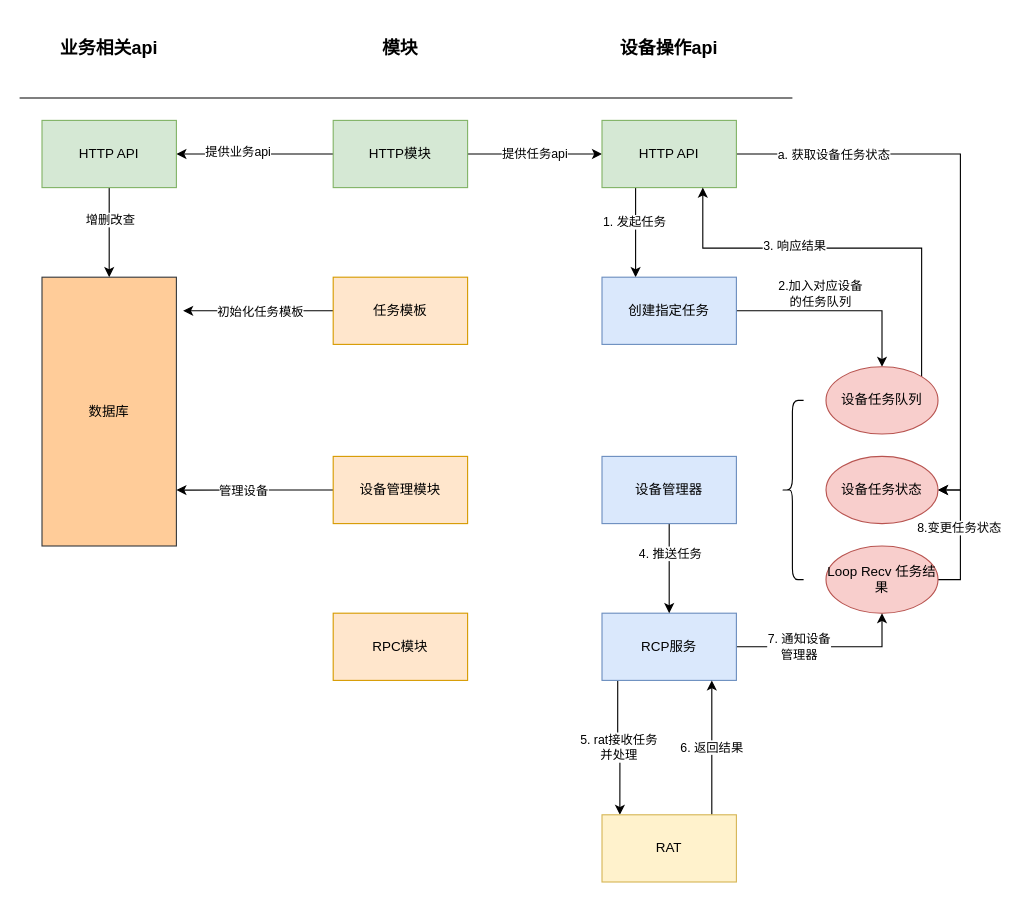
HeisenbergV/node keeps this draw.io diagram as draw/work/流程图.drawio. Above is the earlier version. Source tidied: cells renumbered, new cells numbered last; positions are measured from the earlier drawing's top-left corner, leaving out a move shared by most shapes. Both pictures are drawn from the tidied source at 112%, with x=0, y=0 at pixel (19, 19).
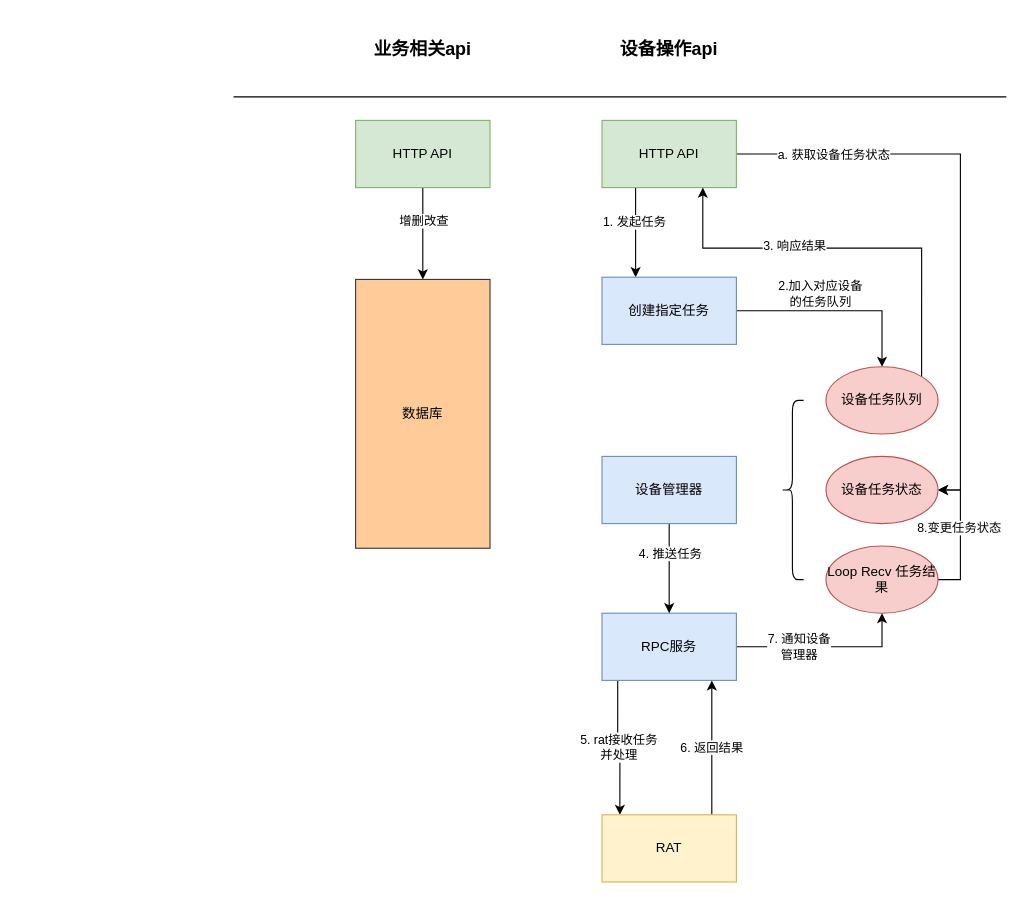
The same page after the edit.

Commit message:
更新流程图.drawio

Unchanged cells that the change refers to:
```xml
<mxCell id="17" value="HTTP API" style="rounded=0;whiteSpace=wrap;html=1;fillColor=#d5e8d4;strokeColor=#82b366;" parent="1" vertex="1">
  <mxGeometry x="520" y="90" width="120" height="60" as="geometry" />
</mxCell>
```

The edit, as a diff of the source:
```diff
@@
-    <mxCell id="2" style="edgeStyle=orthogonalEdgeStyle;rounded=0;jettySize=auto;html=1;" parent="1" edge="1" source="5" target="20">
-      <mxGeometry relative="1" as="geometry" />
-    </mxCell>
-    <mxCell id="3" value="提供业务api" style="edgeLabel;html=1;align=center;verticalAlign=middle;" parent="2" vertex="1">
-      <mxGeometry x="0.23" y="-3" relative="1" as="geometry" />
-    </mxCell>
-    <mxCell id="4" value="提供任务api" style="edgeStyle=orthogonalEdgeStyle;rounded=0;jettySize=auto;html=1;" parent="1" edge="1" source="5" target="17">
-      <mxGeometry relative="1" as="geometry" />
-    </mxCell>
-    <mxCell id="5" value="HTTP模块" style="rounded=0;whiteSpace=wrap;html=1;fillColor=#d5e8d4;strokeColor=#82b366;" parent="1" vertex="1">
-      <mxGeometry x="280" y="90" width="120" height="60" as="geometry" />
-    </mxCell>
-    <mxCell id="6" style="edgeStyle=orthogonalEdgeStyle;rounded=0;jettySize=auto;html=1;entryX=1.05;entryY=0.125;entryDx=0;entryDy=0;entryPerimeter=0;" parent="1" edge="1" source="8" target="36">
-      <mxGeometry relative="1" as="geometry" />
-    </mxCell>
-    <mxCell id="7" value="初始化任务模板" style="edgeLabel;html=1;align=center;verticalAlign=middle;" parent="6" vertex="1">
-      <mxGeometry x="-0.01" relative="1" as="geometry" />
-    </mxCell>
-    <mxCell id="8" value="任务模板" style="rounded=0;whiteSpace=wrap;html=1;fillColor=#ffe6cc;strokeColor=#d79b00;" parent="1" vertex="1">
-      <mxGeometry x="280" y="230" width="120" height="60" as="geometry" />
-    </mxCell>
-    <mxCell id="9" style="edgeStyle=orthogonalEdgeStyle;rounded=0;jettySize=auto;html=1;entryX=1;entryY=0.792;entryDx=0;entryDy=0;entryPerimeter=0;" parent="1" edge="1" source="11" target="36">
-      <mxGeometry relative="1" as="geometry" />
-    </mxCell>
-    <mxCell id="10" value="管理设备" style="edgeLabel;html=1;align=center;verticalAlign=middle;" parent="9" vertex="1">
-      <mxGeometry x="0.16" relative="1" as="geometry" />
-    </mxCell>
-    <mxCell id="11" value="设备管理模块" style="rounded=0;whiteSpace=wrap;html=1;fillColor=#ffe6cc;strokeColor=#d79b00;" parent="1" vertex="1">
-      <mxGeometry x="280" y="390" width="120" height="60" as="geometry" />
-    </mxCell>
-    <mxCell id="12" value="RPC模块" style="rounded=0;whiteSpace=wrap;html=1;fillColor=#ffe6cc;strokeColor=#d79b00;" parent="1" vertex="1">
-      <mxGeometry x="280" y="530" width="120" height="60" as="geometry" />
-    </mxCell>
@@
     <mxCell id="20" value="HTTP API" style="rounded=0;whiteSpace=wrap;html=1;fillColor=#d5e8d4;strokeColor=#82b366;" parent="1" vertex="1">
-      <mxGeometry x="20" y="90" width="120" height="60" as="geometry" />
+      <mxGeometry x="300" y="90" width="120" height="60" as="geometry" />
     </mxCell>
@@
-    <mxCell id="33" value="RCP服务" style="rounded=0;whiteSpace=wrap;html=1;fillColor=#dae8fc;strokeColor=#6c8ebf;" parent="1" vertex="1">
+    <mxCell id="33" value="RPC服务" style="rounded=0;whiteSpace=wrap;html=1;fillColor=#dae8fc;strokeColor=#6c8ebf;" parent="1" vertex="1">
       <mxGeometry x="520" y="530" width="120" height="60" as="geometry" />
     </mxCell>
@@
     <mxCell id="36" value="数据库" style="rounded=0;whiteSpace=wrap;html=1;fillColor=#ffcc99;strokeColor=#36393d;" parent="1" vertex="1">
-      <mxGeometry x="20" y="230" width="120" height="240" as="geometry" />
+      <mxGeometry x="300" y="232" width="120" height="240" as="geometry" />
     </mxCell>
     <mxCell id="37" style="endArrow=none;html=1;" parent="1" edge="1">
       <mxGeometry relative="1" as="geometry">
-        <mxPoint y="70" as="sourcePoint" />
-        <mxPoint x="690" y="70" as="targetPoint" />
+        <mxPoint x="191" y="69" as="sourcePoint" />
+        <mxPoint x="881" y="69" as="targetPoint" />
       </mxGeometry>
     </mxCell>
     <mxCell id="38" value="&lt;b&gt;&lt;font style=&quot;font-size: 16px&quot;&gt;业务相关api&lt;/font&gt;&lt;/b&gt;" style="text;html=1;strokeColor=none;fillColor=none;align=center;verticalAlign=middle;whiteSpace=wrap;rounded=0;" parent="1" vertex="1">
-      <mxGeometry x="20" width="120" height="50" as="geometry" />
+      <mxGeometry x="300" y="1" width="120" height="50" as="geometry" />
     </mxCell>
-    <mxCell id="39" value="&lt;font size=&quot;3&quot;&gt;&lt;b&gt;模块&lt;/b&gt;&lt;/font&gt;" style="text;html=1;strokeColor=none;fillColor=none;align=center;verticalAlign=middle;whiteSpace=wrap;rounded=0;" parent="1" vertex="1">
-      <mxGeometry x="280" width="120" height="50" as="geometry" />
-    </mxCell>
     <mxCell id="40" value="&lt;font size=&quot;3&quot;&gt;&lt;b&gt;设备操作api&lt;/b&gt;&lt;/font&gt;" style="text;html=1;strokeColor=none;fillColor=none;align=center;verticalAlign=middle;whiteSpace=wrap;rounded=0;" parent="1" vertex="1">
-      <mxGeometry x="520" width="120" height="50" as="geometry" />
+      <mxGeometry x="520" y="1" width="120" height="50" as="geometry" />
     </mxCell>
```
